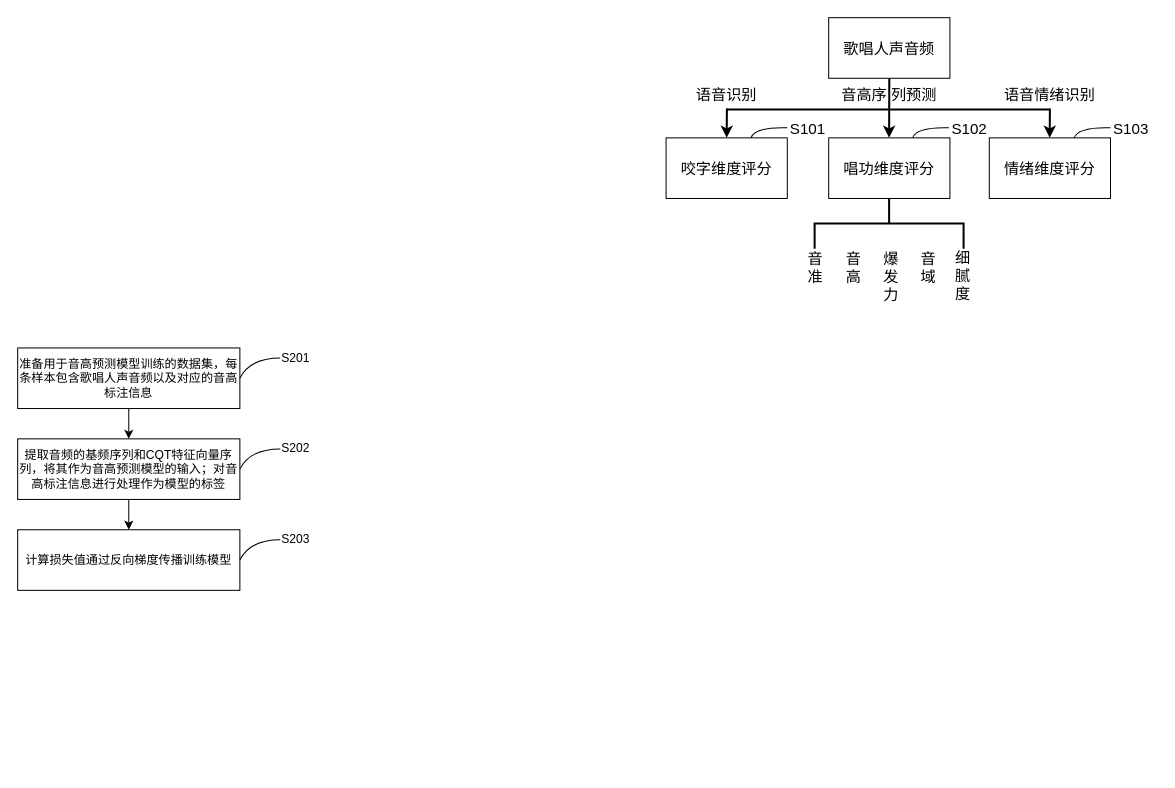
Earlier version of the draw.io diagram 一种无参考的歌唱评价方法.drawio (Nian-Chen/drawio). Source tidied: cells renumbered, new cells numbered last; positions are measured from the earlier drawing's top-left corner, leaving out a move shared by most shapes. Both pictures are drawn from the tidied source at 101%, with x=0, y=0 at pixel (17, 17).
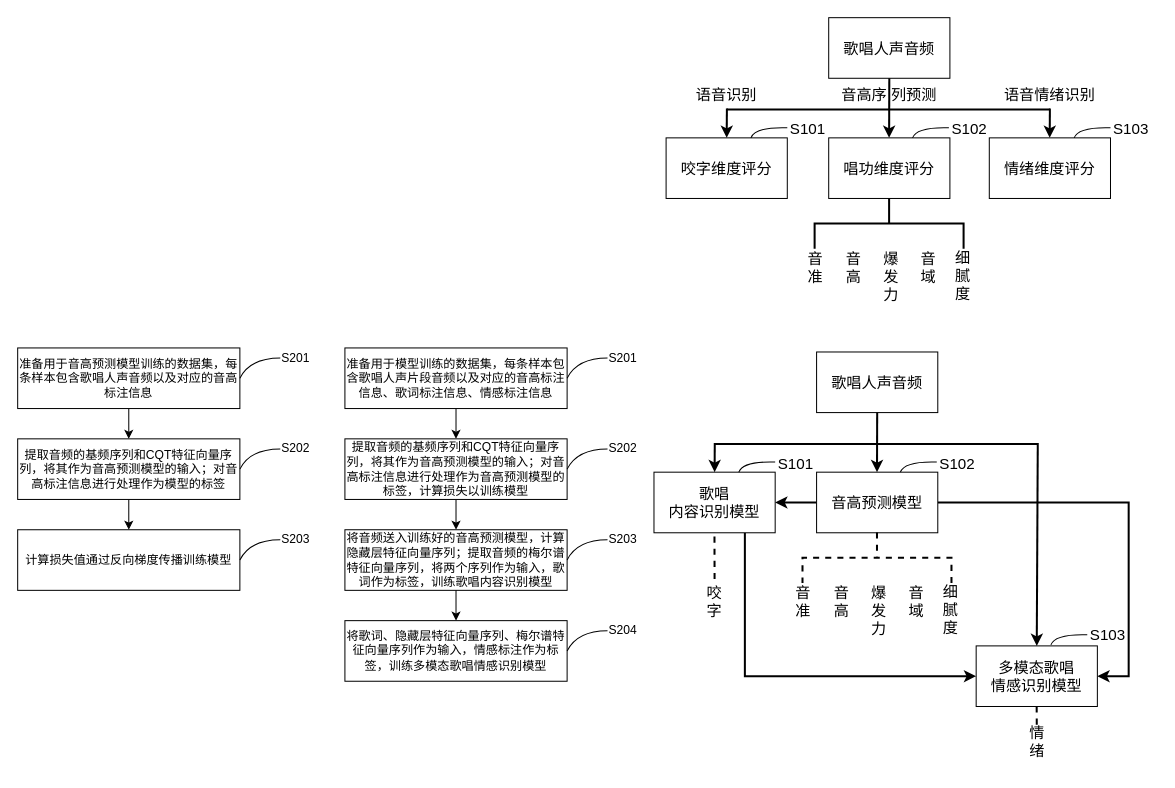
The same diagram, later.

Commit message:
更新一种无参考的歌唱评价方法.drawio

The edit, as a diff of the source:
```diff
@@
+    <mxCell id="36" value="歌唱人声音频" style="rounded=1;whiteSpace=wrap;html=1;fontSize=15;arcSize=0;" parent="1" vertex="1">
+      <mxGeometry x="791" y="331" width="120" height="60" as="geometry" />
+    </mxCell>
+    <mxCell id="37" style="endArrow=none;html=1;rounded=0;strokeWidth=2;" parent="1" edge="1">
+      <mxGeometry relative="1" as="geometry">
+        <mxPoint x="690" y="422" as="sourcePoint" />
+        <mxPoint x="1010" y="422" as="targetPoint" />
+      </mxGeometry>
+    </mxCell>
+    <mxCell id="38" style="edgeStyle=orthogonalEdgeStyle;rounded=0;jettySize=auto;html=1;exitX=0.75;exitY=1;exitDx=0;exitDy=0;entryX=0;entryY=0.5;entryDx=0;entryDy=0;strokeWidth=2;" parent="1" edge="1" source="39" target="43">
+      <mxGeometry relative="1" as="geometry" />
+    </mxCell>
+    <mxCell id="39" value="歌唱&lt;div&gt;&lt;span style=&quot;background-color: initial;&quot;&gt;内容识别模型&lt;/span&gt;&lt;/div&gt;" style="rounded=1;whiteSpace=wrap;html=1;fontSize=15;arcSize=0;" parent="1" vertex="1">
+      <mxGeometry x="630" y="450" width="120" height="60" as="geometry" />
+    </mxCell>
+    <mxCell id="40" style="edgeStyle=orthogonalEdgeStyle;rounded=0;jettySize=auto;html=1;exitX=0;exitY=0.5;exitDx=0;exitDy=0;strokeWidth=2;" parent="1" edge="1" source="42" target="39">
+      <mxGeometry relative="1" as="geometry" />
+    </mxCell>
+    <mxCell id="41" style="edgeStyle=orthogonalEdgeStyle;rounded=0;jettySize=auto;html=1;exitX=1;exitY=0.5;exitDx=0;exitDy=0;strokeWidth=2;entryX=1;entryY=0.5;entryDx=0;entryDy=0;" parent="1" edge="1" source="42" target="43">
+      <mxGeometry relative="1" as="geometry">
+        <Array as="points">
+          <mxPoint x="1100" y="480" />
+          <mxPoint x="1100" y="652" />
+        </Array>
+      </mxGeometry>
+    </mxCell>
+    <mxCell id="42" value="音高预测模型" style="rounded=1;whiteSpace=wrap;html=1;fontSize=15;arcSize=0;" parent="1" vertex="1">
+      <mxGeometry x="791" y="450" width="120" height="60" as="geometry" />
+    </mxCell>
+    <mxCell id="43" value="多模态歌唱&lt;div&gt;情感识别模型&lt;/div&gt;" style="rounded=1;whiteSpace=wrap;html=1;fontSize=15;arcSize=0;" parent="1" vertex="1">
+      <mxGeometry x="949" y="622" width="120" height="60" as="geometry" />
+    </mxCell>
+    <mxCell id="44" style="endArrow=classic;html=1;rounded=0;entryX=0.5;entryY=0;entryDx=0;entryDy=0;fontSize=11;strokeWidth=2;exitX=0.5;exitY=1;exitDx=0;exitDy=0;" parent="1" edge="1" source="36">
+      <mxGeometry relative="1" as="geometry">
+        <mxPoint x="850.8" y="450" as="targetPoint" />
+      </mxGeometry>
+    </mxCell>
+    <mxCell id="45" style="endArrow=classic;html=1;rounded=0;entryX=0.5;entryY=0;entryDx=0;entryDy=0;fontSize=11;strokeWidth=2;exitX=0.444;exitY=1.024;exitDx=0;exitDy=0;exitPerimeter=0;" parent="1" edge="1">
+      <mxGeometry relative="1" as="geometry">
+        <mxPoint x="690.2" y="421" as="sourcePoint" />
+        <mxPoint x="690" y="450" as="targetPoint" />
+      </mxGeometry>
+    </mxCell>
+    <mxCell id="46" style="endArrow=classic;html=1;rounded=0;entryX=0.5;entryY=0;entryDx=0;entryDy=0;fontSize=11;strokeWidth=2;exitX=0.444;exitY=1.024;exitDx=0;exitDy=0;exitPerimeter=0;" parent="1" edge="1" target="43">
+      <mxGeometry relative="1" as="geometry">
+        <mxPoint x="1010" y="421" as="sourcePoint" />
+      </mxGeometry>
+    </mxCell>
+    <mxCell id="47" style="strokeWidth=2;html=1;shape=mxgraph.flowchart.annotation_2;align=left;labelPosition=right;rotation=90;dashed=1;" parent="1" vertex="1">
+      <mxGeometry x="825.8" y="461" width="50" height="147.5" as="geometry" />
+    </mxCell>
+    <mxCell id="48" value="音准" style="text;html=1;align=center;verticalAlign=middle;whiteSpace=wrap;rounded=0;fontSize=15;" parent="1" vertex="1">
+      <mxGeometry x="772.5" y="562.8" width="10" height="30" as="geometry" />
+    </mxCell>
+    <mxCell id="49" value="音高" style="text;html=1;align=center;verticalAlign=middle;whiteSpace=wrap;rounded=0;fontSize=15;" parent="1" vertex="1">
+      <mxGeometry x="810.5" y="562.8" width="10" height="30" as="geometry" />
+    </mxCell>
+    <mxCell id="50" value="音域" style="text;html=1;align=center;verticalAlign=middle;whiteSpace=wrap;rounded=0;fontSize=15;" parent="1" vertex="1">
+      <mxGeometry x="885" y="562.8" width="10" height="30" as="geometry" />
+    </mxCell>
+    <mxCell id="51" value="爆发力" style="text;html=1;align=center;verticalAlign=middle;whiteSpace=wrap;rounded=0;fontSize=15;" parent="1" vertex="1">
+      <mxGeometry x="847.8" y="571.8" width="10" height="30" as="geometry" />
+    </mxCell>
+    <mxCell id="52" value="细腻度" style="text;html=1;align=center;verticalAlign=middle;whiteSpace=wrap;rounded=0;fontSize=15;" parent="1" vertex="1">
+      <mxGeometry x="919" y="570.8" width="10" height="30" as="geometry" />
+    </mxCell>
+    <mxCell id="53" style="endArrow=none;html=1;curved=1;" parent="1" edge="1">
+      <mxGeometry relative="1" as="geometry">
+        <mxPoint x="714" y="450" as="sourcePoint" />
+        <mxPoint x="750" y="440" as="targetPoint" />
+        <Array as="points">
+          <mxPoint x="718" y="439" />
+        </Array>
+      </mxGeometry>
+    </mxCell>
+    <mxCell id="54" value="S101" style="text;html=1;align=center;verticalAlign=middle;strokeColor=none;fillColor=none;fontSize=15;" parent="1" vertex="1">
+      <mxGeometry x="743" y="426" width="53" height="30" as="geometry" />
+    </mxCell>
+    <mxCell id="55" style="endArrow=none;html=1;curved=1;" parent="1" edge="1">
+      <mxGeometry relative="1" as="geometry">
+        <mxPoint x="874" y="450" as="sourcePoint" />
+        <mxPoint x="910" y="440" as="targetPoint" />
+        <Array as="points">
+          <mxPoint x="878" y="439" />
+        </Array>
+      </mxGeometry>
+    </mxCell>
+    <mxCell id="56" value="S102" style="text;html=1;align=center;verticalAlign=middle;strokeColor=none;fillColor=none;fontSize=15;" parent="1" vertex="1">
+      <mxGeometry x="903" y="426" width="53" height="30" as="geometry" />
+    </mxCell>
+    <mxCell id="57" style="endArrow=none;html=1;curved=1;" parent="1" edge="1">
+      <mxGeometry relative="1" as="geometry">
+        <mxPoint x="1023" y="621" as="sourcePoint" />
+        <mxPoint x="1059" y="611" as="targetPoint" />
+        <Array as="points">
+          <mxPoint x="1027" y="610" />
+        </Array>
+      </mxGeometry>
+    </mxCell>
+    <mxCell id="58" value="S103" style="text;html=1;align=center;verticalAlign=middle;strokeColor=none;fillColor=none;fontSize=15;" parent="1" vertex="1">
+      <mxGeometry x="1052" y="596" width="53" height="30" as="geometry" />
+    </mxCell>
+    <mxCell id="59" style="endArrow=none;html=1;rounded=0;entryX=0.5;entryY=1;entryDx=0;entryDy=0;strokeWidth=2;dashed=1;" parent="1" edge="1">
+      <mxGeometry relative="1" as="geometry">
+        <mxPoint x="690" y="555.8" as="sourcePoint" />
+        <mxPoint x="689.9" y="513.8" as="targetPoint" />
+      </mxGeometry>
+    </mxCell>
+    <mxCell id="60" value="咬字" style="text;html=1;align=center;verticalAlign=middle;whiteSpace=wrap;rounded=0;fontSize=15;" parent="1" vertex="1">
+      <mxGeometry x="685" y="562.8" width="10" height="30" as="geometry" />
+    </mxCell>
+    <mxCell id="61" style="edgeStyle=orthogonalEdgeStyle;rounded=0;jettySize=auto;html=1;exitX=0.5;exitY=1;exitDx=0;exitDy=0;entryX=0.5;entryY=0;entryDx=0;entryDy=0;" parent="1" edge="1" source="62" target="64">
+      <mxGeometry relative="1" as="geometry" />
+    </mxCell>
+    <mxCell id="62" value="准备用于模型训练的数据集，每条样本包含歌唱人声片段音频以及对应的音高标注信息、歌词标注信息、情感标注信息" style="rounded=0;whiteSpace=wrap;html=1;fontSize=12;" parent="1" vertex="1">
+      <mxGeometry x="324" y="327" width="220" height="60" as="geometry" />
+    </mxCell>
+    <mxCell id="63" style="edgeStyle=orthogonalEdgeStyle;rounded=0;jettySize=auto;html=1;exitX=0.5;exitY=1;exitDx=0;exitDy=0;entryX=0.5;entryY=0;entryDx=0;entryDy=0;" parent="1" edge="1" source="64" target="65">
+      <mxGeometry relative="1" as="geometry" />
+    </mxCell>
+    <mxCell id="64" value="提取音频的基频序列和CQT特征向量序列，将其作为音高预测模型的输入；对音高标注信息进行处理作为音高预测模型的标签，计算损失以训练模型" style="rounded=0;whiteSpace=wrap;html=1;" parent="1" vertex="1">
+      <mxGeometry x="324" y="417" width="220" height="60" as="geometry" />
+    </mxCell>
+    <mxCell id="65" value="将音频送入训练好的音高预测模型，计算隐藏层特征向量序列；提取音频的梅尔谱特征向量序列，将两个序列作为输入，歌词作为标签，训练歌唱内容识别模型" style="rounded=0;whiteSpace=wrap;html=1;" parent="1" vertex="1">
+      <mxGeometry x="324" y="507" width="220" height="60" as="geometry" />
+    </mxCell>
+    <mxCell id="66" style="endArrow=none;html=1;curved=1;" parent="1" edge="1">
+      <mxGeometry relative="1" as="geometry">
+        <mxPoint x="544" y="357" as="sourcePoint" />
+        <mxPoint x="584" y="337" as="targetPoint" />
+        <Array as="points">
+          <mxPoint x="554" y="337" />
+        </Array>
+      </mxGeometry>
+    </mxCell>
+    <mxCell id="67" value="S201" style="text;html=1;align=center;verticalAlign=middle;strokeColor=none;fillColor=none;" parent="1" vertex="1">
+      <mxGeometry x="576" y="324" width="46" height="26" as="geometry" />
+    </mxCell>
+    <mxCell id="68" style="endArrow=none;html=1;curved=1;" parent="1" edge="1">
+      <mxGeometry relative="1" as="geometry">
+        <mxPoint x="544" y="447" as="sourcePoint" />
+        <mxPoint x="584" y="427" as="targetPoint" />
+        <Array as="points">
+          <mxPoint x="554" y="427" />
+        </Array>
+      </mxGeometry>
+    </mxCell>
+    <mxCell id="69" value="S202" style="text;html=1;align=center;verticalAlign=middle;strokeColor=none;fillColor=none;" parent="1" vertex="1">
+      <mxGeometry x="576" y="414" width="46" height="26" as="geometry" />
+    </mxCell>
+    <mxCell id="70" style="endArrow=none;html=1;curved=1;" parent="1" edge="1">
+      <mxGeometry relative="1" as="geometry">
+        <mxPoint x="544" y="537" as="sourcePoint" />
+        <mxPoint x="584" y="517" as="targetPoint" />
+        <Array as="points">
+          <mxPoint x="554" y="517" />
+        </Array>
+      </mxGeometry>
+    </mxCell>
+    <mxCell id="71" value="S203" style="text;html=1;align=center;verticalAlign=middle;strokeColor=none;fillColor=none;" parent="1" vertex="1">
+      <mxGeometry x="576" y="504" width="46" height="26" as="geometry" />
+    </mxCell>
+    <mxCell id="72" style="edgeStyle=orthogonalEdgeStyle;rounded=0;jettySize=auto;html=1;exitX=0.5;exitY=1;exitDx=0;exitDy=0;entryX=0.5;entryY=0;entryDx=0;entryDy=0;" parent="1" edge="1" target="73">
+      <mxGeometry relative="1" as="geometry">
+        <mxPoint x="434" y="567" as="sourcePoint" />
+      </mxGeometry>
+    </mxCell>
+    <mxCell id="73" value="将歌词、隐藏层特征向量序列、梅尔谱特征向量序列作为输入，情感标注作为标签，训练多模态歌唱情感识别模型" style="rounded=0;whiteSpace=wrap;html=1;" parent="1" vertex="1">
+      <mxGeometry x="324" y="597" width="220" height="60" as="geometry" />
+    </mxCell>
+    <mxCell id="74" style="endArrow=none;html=1;curved=1;" parent="1" edge="1">
+      <mxGeometry relative="1" as="geometry">
+        <mxPoint x="544" y="627" as="sourcePoint" />
+        <mxPoint x="584" y="607" as="targetPoint" />
+        <Array as="points">
+          <mxPoint x="554" y="607" />
+        </Array>
+      </mxGeometry>
+    </mxCell>
+    <mxCell id="75" value="S204" style="text;html=1;align=center;verticalAlign=middle;strokeColor=none;fillColor=none;" parent="1" vertex="1">
+      <mxGeometry x="574" y="592" width="50" height="30" as="geometry" />
+    </mxCell>
+    <mxCell id="76" style="endArrow=none;html=1;rounded=0;entryX=0.5;entryY=1;entryDx=0;entryDy=0;strokeWidth=2;dashed=1;" parent="1" edge="1">
+      <mxGeometry relative="1" as="geometry">
+        <mxPoint x="1009" y="700" as="sourcePoint" />
+        <mxPoint x="1008.9" y="681" as="targetPoint" />
+      </mxGeometry>
+    </mxCell>
+    <mxCell id="77" value="情绪" style="text;html=1;align=center;verticalAlign=middle;whiteSpace=wrap;rounded=0;fontSize=15;" parent="1" vertex="1">
+      <mxGeometry x="998.5" y="689" width="21" height="56" as="geometry" />
+    </mxCell>
```
